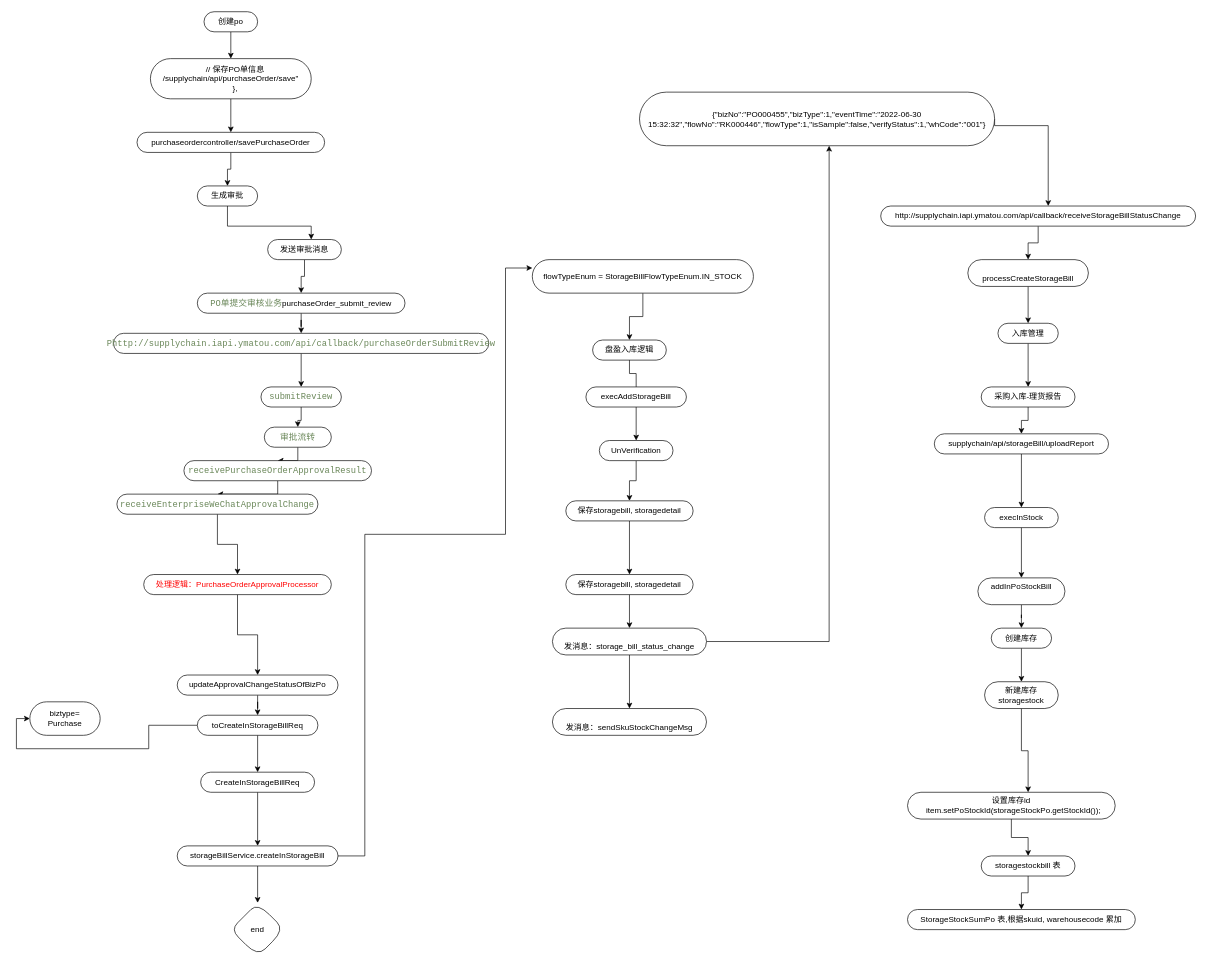
Before: b2b-入库.drawio in yi2003/diagram, a draw.io diagram. Source tidied: cells renumbered, new cells numbered last; positions are measured from the earlier drawing's top-left corner, leaving out a move shared by most shapes. Both pictures are drawn from the tidied source at 67%, with x=0, y=0 at pixel (29, 11).
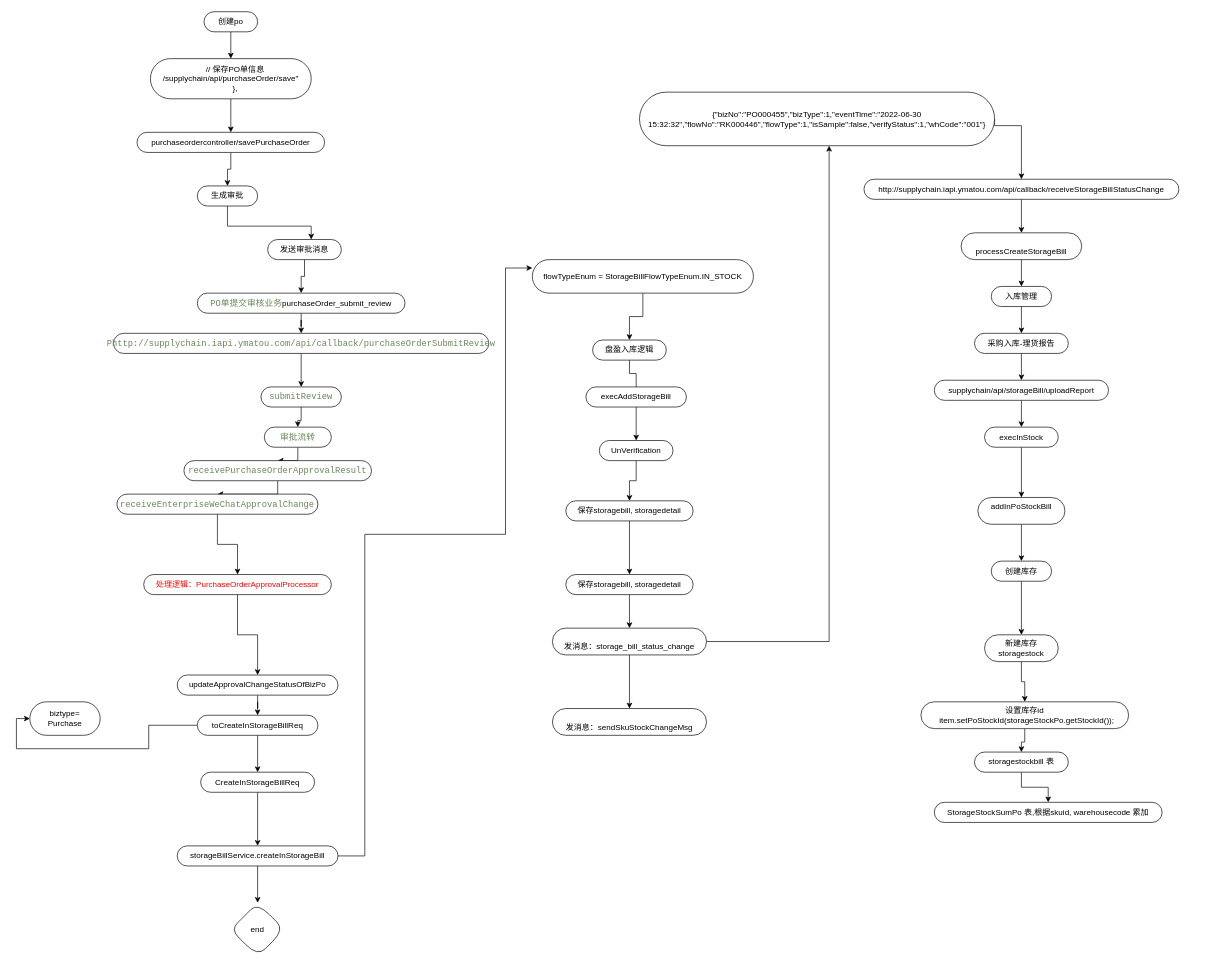
The same page after the edit.

The change refers to these unchanged cells:
```xml
<mxCell id="62" value="{&quot;bizNo&quot;:&quot;PO000455&quot;,&quot;bizType&quot;:1,&quot;eventTime&quot;:&quot;2022-06-30 15:32:32&quot;,&quot;flowNo&quot;:&quot;RK000446&quot;,&quot;flowType&quot;:1,&quot;isSample&quot;:false,&quot;verifyStatus&quot;:1,&quot;whCode&quot;:&quot;001&quot;}" style="whiteSpace=wrap;html=1;rounded=1;strokeWidth=1;spacing=4;arcSize=50;" parent="1" vertex="1">
  <mxGeometry x="910" y="120" width="530" height="80" as="geometry" />
</mxCell>
```

The edit, as a diff of the source:
```diff
@@
     <mxCell id="40" value="http://supplychain.iapi.ymatou.com/api/callback/receiveStorageBillStatusChange" style="whiteSpace=wrap;html=1;rounded=1;arcSize=50;align=center;verticalAlign=middle;strokeWidth=1;spacing=4;newEdgeStyle={&quot;edgeStyle&quot;:&quot;entityRelationEdgeStyle&quot;,&quot;startArrow&quot;:&quot;none&quot;,&quot;endArrow&quot;:&quot;none&quot;,&quot;segment&quot;:10,&quot;curved&quot;:1};direction=west;" parent="1" vertex="1">
-      <mxGeometry x="1270" y="290" width="470" height="30" as="geometry" />
+      <mxGeometry x="1245" y="250" width="470" height="30" as="geometry" />
     </mxCell>
@@
     <mxCell id="61" style="edgeStyle=orthogonalEdgeStyle;rounded=0;jettySize=auto;html=1;fontColor=#FF0000;exitX=1;exitY=0.5;exitDx=0;exitDy=0;" parent="1" edge="1" source="62" target="40">
       <mxGeometry relative="1" as="geometry">
         <Array as="points">
           <mxPoint x="1440" y="170" />
-          <mxPoint x="1520" y="170" />
+          <mxPoint x="1480" y="170" />
         </Array>
       </mxGeometry>
     </mxCell>
@@
     <mxCell id="64" value="&lt;div&gt;&lt;br&gt;&lt;/div&gt;&lt;div&gt;processCreateStorageBill&lt;/div&gt;" style="whiteSpace=wrap;html=1;rounded=1;arcSize=50;align=center;verticalAlign=middle;strokeWidth=1;spacing=4;newEdgeStyle={&quot;edgeStyle&quot;:&quot;entityRelationEdgeStyle&quot;,&quot;startArrow&quot;:&quot;none&quot;,&quot;endArrow&quot;:&quot;none&quot;,&quot;segment&quot;:10,&quot;curved&quot;:1};direction=west;" parent="1" vertex="1">
-      <mxGeometry x="1400" y="370" width="180" height="40" as="geometry" />
+      <mxGeometry x="1390" y="330" width="180" height="40" as="geometry" />
     </mxCell>
@@
     <mxCell id="66" value="入库管理" style="whiteSpace=wrap;html=1;rounded=1;arcSize=50;align=center;verticalAlign=middle;strokeWidth=1;spacing=4;newEdgeStyle={&quot;edgeStyle&quot;:&quot;entityRelationEdgeStyle&quot;,&quot;startArrow&quot;:&quot;none&quot;,&quot;endArrow&quot;:&quot;none&quot;,&quot;segment&quot;:10,&quot;curved&quot;:1};direction=west;" parent="1" vertex="1">
-      <mxGeometry x="1445" y="465" width="90" height="30" as="geometry" />
+      <mxGeometry x="1435" y="410" width="90" height="30" as="geometry" />
     </mxCell>
@@
     <mxCell id="68" value="采购入库-理货报告" style="whiteSpace=wrap;html=1;rounded=1;arcSize=50;align=center;verticalAlign=middle;strokeWidth=1;spacing=4;newEdgeStyle={&quot;edgeStyle&quot;:&quot;entityRelationEdgeStyle&quot;,&quot;startArrow&quot;:&quot;none&quot;,&quot;endArrow&quot;:&quot;none&quot;,&quot;segment&quot;:10,&quot;curved&quot;:1};direction=west;" parent="1" vertex="1">
-      <mxGeometry x="1420" y="560" width="140" height="30" as="geometry" />
+      <mxGeometry x="1410" y="480" width="140" height="30" as="geometry" />
     </mxCell>
@@
     <mxCell id="70" value="supplychain/api/storageBill/uploadReport" style="whiteSpace=wrap;html=1;rounded=1;arcSize=50;align=center;verticalAlign=middle;strokeWidth=1;spacing=4;newEdgeStyle={&quot;edgeStyle&quot;:&quot;entityRelationEdgeStyle&quot;,&quot;startArrow&quot;:&quot;none&quot;,&quot;endArrow&quot;:&quot;none&quot;,&quot;segment&quot;:10,&quot;curved&quot;:1};direction=west;" parent="1" vertex="1">
-      <mxGeometry x="1350" y="630" width="260" height="30" as="geometry" />
+      <mxGeometry x="1350" y="550" width="260" height="30" as="geometry" />
     </mxCell>
@@
     <mxCell id="72" value="execInStock" style="whiteSpace=wrap;html=1;rounded=1;arcSize=50;align=center;verticalAlign=middle;strokeWidth=1;spacing=4;newEdgeStyle={&quot;edgeStyle&quot;:&quot;entityRelationEdgeStyle&quot;,&quot;startArrow&quot;:&quot;none&quot;,&quot;endArrow&quot;:&quot;none&quot;,&quot;segment&quot;:10,&quot;curved&quot;:1};direction=west;" parent="1" vertex="1">
-      <mxGeometry x="1425" y="740" width="110" height="30" as="geometry" />
+      <mxGeometry x="1425" y="620" width="110" height="30" as="geometry" />
     </mxCell>
@@
     <mxCell id="74" value="&lt;div&gt;addInPoStockBill&lt;/div&gt;&lt;div&gt;&lt;br&gt;&lt;/div&gt;" style="whiteSpace=wrap;html=1;rounded=1;arcSize=50;align=center;verticalAlign=middle;strokeWidth=1;spacing=4;newEdgeStyle={&quot;edgeStyle&quot;:&quot;entityRelationEdgeStyle&quot;,&quot;startArrow&quot;:&quot;none&quot;,&quot;endArrow&quot;:&quot;none&quot;,&quot;segment&quot;:10,&quot;curved&quot;:1};direction=west;" parent="1" vertex="1">
-      <mxGeometry x="1415" y="845" width="130" height="40" as="geometry" />
+      <mxGeometry x="1415" y="725" width="130" height="40" as="geometry" />
     </mxCell>
-    <mxCell id="75" style="edgeStyle=orthogonalEdgeStyle;rounded=0;jettySize=auto;html=1;fontColor=#FF0000;" parent="1" edge="1" source="76" target="82">
+    <mxCell id="75" style="edgeStyle=orthogonalEdgeStyle;rounded=0;jettySize=auto;html=1;" parent="1" edge="1" source="76" target="82">
       <mxGeometry relative="1" as="geometry" />
     </mxCell>
     <mxCell id="76" value="设置库存id&lt;br&gt;&amp;nbsp; item.setPoStockId(storageStockPo.getStockId());" style="whiteSpace=wrap;html=1;rounded=1;arcSize=50;align=center;verticalAlign=middle;strokeWidth=1;spacing=4;newEdgeStyle={&quot;edgeStyle&quot;:&quot;entityRelationEdgeStyle&quot;,&quot;startArrow&quot;:&quot;none&quot;,&quot;endArrow&quot;:&quot;none&quot;,&quot;segment&quot;:10,&quot;curved&quot;:1};direction=west;" parent="1" vertex="1">
-      <mxGeometry x="1310" y="1165" width="310" height="40" as="geometry" />
+      <mxGeometry x="1330" y="1030" width="310" height="40" as="geometry" />
     </mxCell>
@@
     <mxCell id="78" value="创建库存" style="whiteSpace=wrap;html=1;rounded=1;arcSize=50;align=center;verticalAlign=middle;strokeWidth=1;spacing=4;newEdgeStyle={&quot;edgeStyle&quot;:&quot;entityRelationEdgeStyle&quot;,&quot;startArrow&quot;:&quot;none&quot;,&quot;endArrow&quot;:&quot;none&quot;,&quot;segment&quot;:10,&quot;curved&quot;:1};direction=west;" parent="1" vertex="1">
-      <mxGeometry x="1435" y="920" width="90" height="30" as="geometry" />
+      <mxGeometry x="1435" y="820" width="90" height="30" as="geometry" />
     </mxCell>
-    <mxCell id="79" style="edgeStyle=orthogonalEdgeStyle;rounded=0;jettySize=auto;html=1;fontColor=#FF0000;" parent="1" edge="1" source="80" target="76">
-      <mxGeometry relative="1" as="geometry">
-        <Array as="points">
-          <mxPoint x="1480" y="1103" />
-          <mxPoint x="1490" y="1103" />
-        </Array>
-      </mxGeometry>
+    <mxCell id="79" style="edgeStyle=orthogonalEdgeStyle;rounded=0;jettySize=auto;html=1;" parent="1" edge="1" source="80" target="76">
+      <mxGeometry relative="1" as="geometry" />
     </mxCell>
     <mxCell id="80" value="新建库存&lt;br&gt;storagestock" style="whiteSpace=wrap;html=1;rounded=1;arcSize=50;align=center;verticalAlign=middle;strokeWidth=1;spacing=4;newEdgeStyle={&quot;edgeStyle&quot;:&quot;entityRelationEdgeStyle&quot;,&quot;startArrow&quot;:&quot;none&quot;,&quot;endArrow&quot;:&quot;none&quot;,&quot;segment&quot;:10,&quot;curved&quot;:1};direction=west;" parent="1" vertex="1">
-      <mxGeometry x="1425" y="1000" width="110" height="40" as="geometry" />
+      <mxGeometry x="1425" y="930" width="110" height="40" as="geometry" />
     </mxCell>
-    <mxCell id="81" style="edgeStyle=orthogonalEdgeStyle;rounded=0;jettySize=auto;html=1;fontColor=#FF0000;" parent="1" edge="1" source="82" target="83">
+    <mxCell id="81" style="edgeStyle=orthogonalEdgeStyle;rounded=0;jettySize=auto;html=1;" parent="1" edge="1" source="82" target="83">
       <mxGeometry relative="1" as="geometry" />
     </mxCell>
     <mxCell id="82" value="storagestockbill 表" style="whiteSpace=wrap;html=1;rounded=1;arcSize=50;align=center;verticalAlign=middle;strokeWidth=1;spacing=4;newEdgeStyle={&quot;edgeStyle&quot;:&quot;entityRelationEdgeStyle&quot;,&quot;startArrow&quot;:&quot;none&quot;,&quot;endArrow&quot;:&quot;none&quot;,&quot;segment&quot;:10,&quot;curved&quot;:1};direction=west;" parent="1" vertex="1">
-      <mxGeometry x="1420" y="1260" width="140" height="30" as="geometry" />
+      <mxGeometry x="1410" y="1105" width="140" height="30" as="geometry" />
     </mxCell>
     <mxCell id="83" value="StorageStockSumPo 表,根据skuid, warehousecode 累加" style="whiteSpace=wrap;html=1;rounded=1;arcSize=50;align=center;verticalAlign=middle;strokeWidth=1;spacing=4;newEdgeStyle={&quot;edgeStyle&quot;:&quot;entityRelationEdgeStyle&quot;,&quot;startArrow&quot;:&quot;none&quot;,&quot;endArrow&quot;:&quot;none&quot;,&quot;segment&quot;:10,&quot;curved&quot;:1};direction=west;" parent="1" vertex="1">
-      <mxGeometry x="1310" y="1340" width="340" height="30" as="geometry" />
+      <mxGeometry x="1350" y="1180" width="340" height="30" as="geometry" />
     </mxCell>
```
